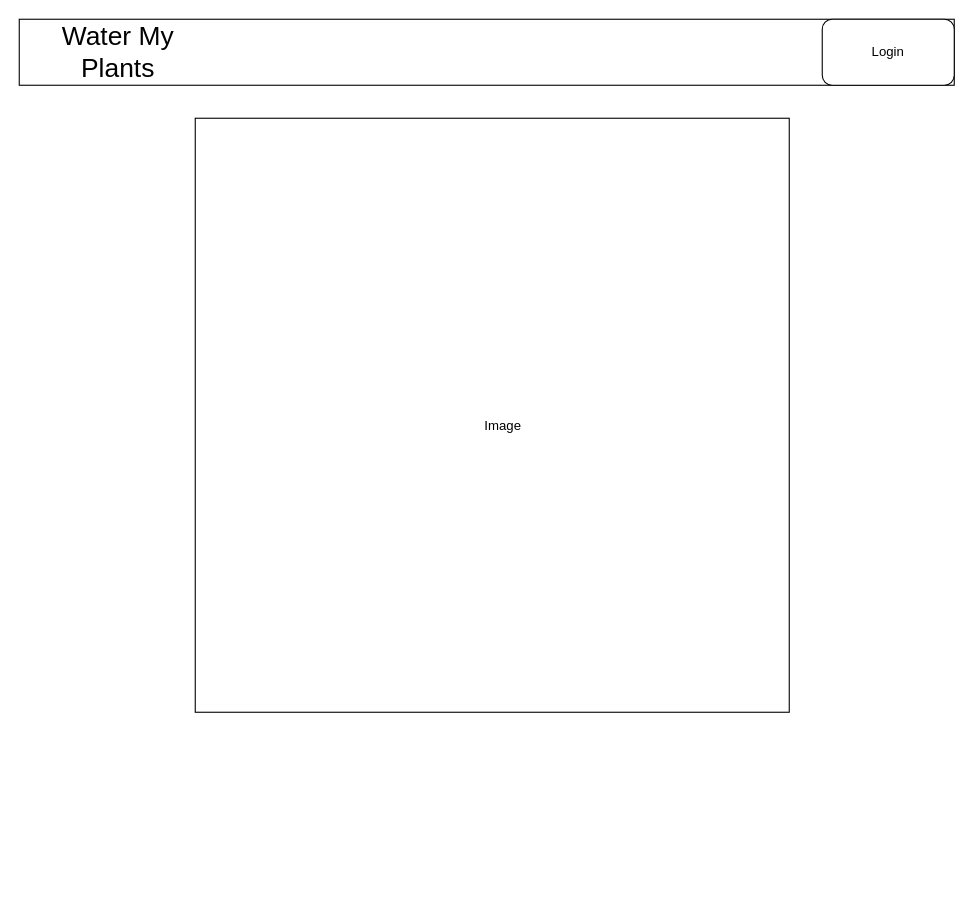
This is page "Homepage" (2 of 7) of Diagram.drawio from Build-Week-watermyplants-4/front-end, a draw.io file, before an edit. Source tidied: cells renumbered, new cells numbered last; positions are measured from the earlier drawing's top-left corner, leaving out a move shared by most shapes. Both pictures are drawn from the tidied source at 110%, with x=0, y=0 at pixel (19, 19).
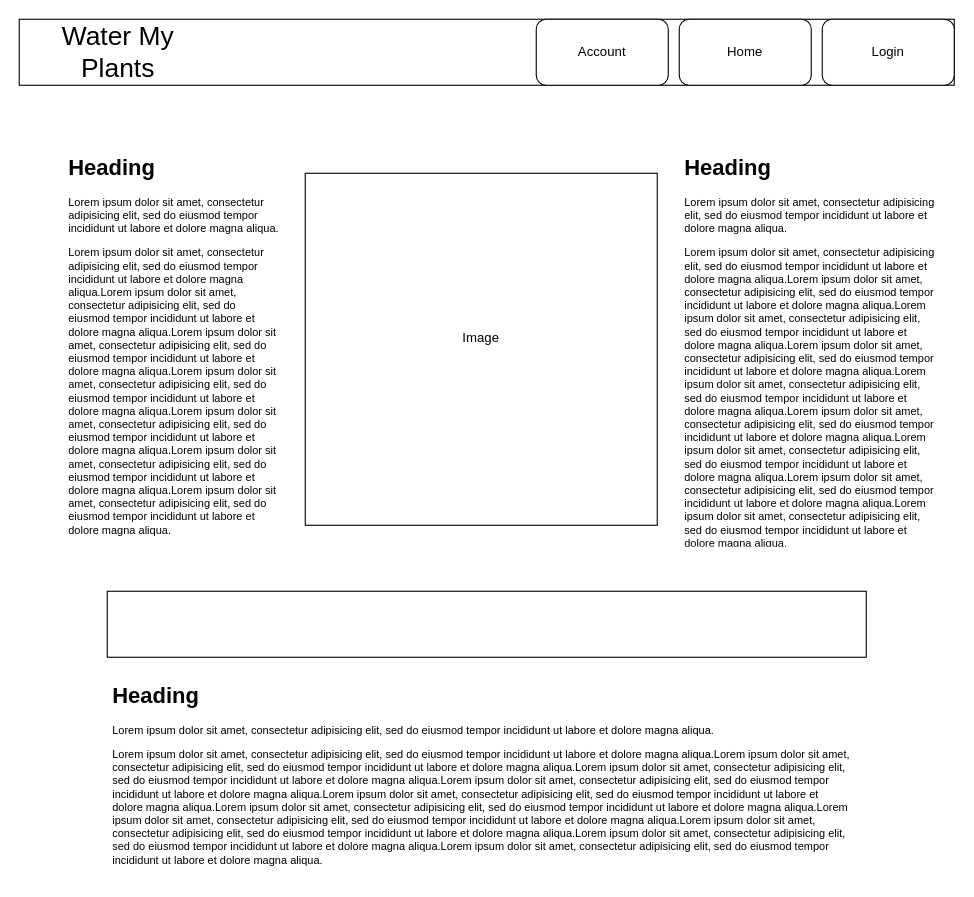
The same page after the edit.

Change to the diagram source:
```diff
@@
 <mxGraphModel>
   <root>
     <mxCell id="0" />
     <mxCell id="1" parent="0" />
     <mxCell id="2" style="rounded=0;whiteSpace=wrap;html=1;" parent="1" vertex="1">
       <mxGeometry width="850" height="60" as="geometry" />
     </mxCell>
     <mxCell id="3" style="rounded=1;whiteSpace=wrap;html=1;" parent="1" vertex="1">
       <mxGeometry x="730" width="120" height="60" as="geometry" />
     </mxCell>
     <mxCell id="4" value="Login" style="text;html=1;strokeColor=none;fillColor=none;align=center;verticalAlign=middle;whiteSpace=wrap;rounded=0;" parent="1" vertex="1">
       <mxGeometry x="770" y="20" width="40" height="20" as="geometry" />
     </mxCell>
     <mxCell id="5" value="&lt;font style=&quot;font-size: 24px&quot;&gt;Water My Plants&lt;/font&gt;" style="text;html=1;strokeColor=none;fillColor=none;align=center;verticalAlign=middle;whiteSpace=wrap;rounded=0;" parent="1" vertex="1">
       <mxGeometry x="10" y="20" width="160" height="20" as="geometry" />
     </mxCell>
     <mxCell id="6" style="whiteSpace=wrap;html=1;" parent="1" vertex="1">
-      <mxGeometry x="160" y="90" width="540" height="540" as="geometry" />
+      <mxGeometry x="260" y="140" width="320" height="320" as="geometry" />
     </mxCell>
     <mxCell id="7" value="Image" style="text;html=1;strokeColor=none;fillColor=none;align=center;verticalAlign=middle;whiteSpace=wrap;rounded=0;" parent="1" vertex="1">
-      <mxGeometry x="420" y="360" width="40" height="20" as="geometry" />
+      <mxGeometry x="400" y="280" width="40" height="20" as="geometry" />
     </mxCell>
+    <mxCell id="8" style="rounded=1;whiteSpace=wrap;html=1;" parent="1" vertex="1">
+      <mxGeometry x="600" width="120" height="60" as="geometry" />
+    </mxCell>
+    <mxCell id="9" value="Home" style="text;html=1;strokeColor=none;fillColor=none;align=center;verticalAlign=middle;whiteSpace=wrap;rounded=0;" parent="1" vertex="1">
+      <mxGeometry x="640" y="20" width="40" height="20" as="geometry" />
+    </mxCell>
+    <mxCell id="10" value="&lt;h1&gt;Heading&lt;/h1&gt;&lt;p&gt;Lorem ipsum dolor sit amet, consectetur adipisicing elit, sed do eiusmod tempor incididunt ut labore et dolore magna aliqua.&lt;/p&gt;Lorem ipsum dolor sit amet, consectetur adipisicing elit, sed do eiusmod tempor incididunt ut labore et dolore magna aliqua.Lorem ipsum dolor sit amet, consectetur adipisicing elit, sed do eiusmod tempor incididunt ut labore et dolore magna aliqua.Lorem ipsum dolor sit amet, consectetur adipisicing elit, sed do eiusmod tempor incididunt ut labore et dolore magna aliqua.Lorem ipsum dolor sit amet, consectetur adipisicing elit, sed do eiusmod tempor incididunt ut labore et dolore magna aliqua.Lorem ipsum dolor sit amet, consectetur adipisicing elit, sed do eiusmod tempor incididunt ut labore et dolore magna aliqua.Lorem ipsum dolor sit amet, consectetur adipisicing elit, sed do eiusmod tempor incididunt ut labore et dolore magna aliqua.Lorem ipsum dolor sit amet, consectetur adipisicing elit, sed do eiusmod tempor incididunt ut labore et dolore magna aliqua." style="text;html=1;strokeColor=none;fillColor=none;spacing=5;spacingTop=-20;whiteSpace=wrap;overflow=hidden;rounded=0;fontSize=10;" parent="1" vertex="1">
+      <mxGeometry x="40" y="120" width="200" height="360" as="geometry" />
+    </mxCell>
+    <mxCell id="11" value="&lt;h1&gt;Heading&lt;/h1&gt;&lt;p&gt;Lorem ipsum dolor sit amet, consectetur adipisicing elit, sed do eiusmod tempor incididunt ut labore et dolore magna aliqua.&lt;/p&gt;Lorem ipsum dolor sit amet, consectetur adipisicing elit, sed do eiusmod tempor incididunt ut labore et dolore magna aliqua.Lorem ipsum dolor sit amet, consectetur adipisicing elit, sed do eiusmod tempor incididunt ut labore et dolore magna aliqua.Lorem ipsum dolor sit amet, consectetur adipisicing elit, sed do eiusmod tempor incididunt ut labore et dolore magna aliqua.Lorem ipsum dolor sit amet, consectetur adipisicing elit, sed do eiusmod tempor incididunt ut labore et dolore magna aliqua.Lorem ipsum dolor sit amet, consectetur adipisicing elit, sed do eiusmod tempor incididunt ut labore et dolore magna aliqua.Lorem ipsum dolor sit amet, consectetur adipisicing elit, sed do eiusmod tempor incididunt ut labore et dolore magna aliqua.Lorem ipsum dolor sit amet, consectetur adipisicing elit, sed do eiusmod tempor incididunt ut labore et dolore magna aliqua.Lorem ipsum dolor sit amet, consectetur adipisicing elit, sed do eiusmod tempor incididunt ut labore et dolore magna aliqua.Lorem ipsum dolor sit amet, consectetur adipisicing elit, sed do eiusmod tempor incididunt ut labore et dolore magna aliqua." style="text;html=1;strokeColor=none;fillColor=none;spacing=5;spacingTop=-20;whiteSpace=wrap;overflow=hidden;rounded=0;fontSize=10;" parent="1" vertex="1">
+      <mxGeometry x="600" y="120" width="240" height="360" as="geometry" />
+    </mxCell>
+    <mxCell id="12" style="rounded=0;whiteSpace=wrap;html=1;" parent="1" vertex="1">
+      <mxGeometry x="80" y="520" width="690" height="60" as="geometry" />
+    </mxCell>
+    <mxCell id="13" value="&lt;h1&gt;Heading&lt;/h1&gt;&lt;p&gt;Lorem ipsum dolor sit amet, consectetur adipisicing elit, sed do eiusmod tempor incididunt ut labore et dolore magna aliqua.&lt;/p&gt;Lorem ipsum dolor sit amet, consectetur adipisicing elit, sed do eiusmod tempor incididunt ut labore et dolore magna aliqua.Lorem ipsum dolor sit amet, consectetur adipisicing elit, sed do eiusmod tempor incididunt ut labore et dolore magna aliqua.Lorem ipsum dolor sit amet, consectetur adipisicing elit, sed do eiusmod tempor incididunt ut labore et dolore magna aliqua.Lorem ipsum dolor sit amet, consectetur adipisicing elit, sed do eiusmod tempor incididunt ut labore et dolore magna aliqua.Lorem ipsum dolor sit amet, consectetur adipisicing elit, sed do eiusmod tempor incididunt ut labore et dolore magna aliqua.Lorem ipsum dolor sit amet, consectetur adipisicing elit, sed do eiusmod tempor incididunt ut labore et dolore magna aliqua.Lorem ipsum dolor sit amet, consectetur adipisicing elit, sed do eiusmod tempor incididunt ut labore et dolore magna aliqua.Lorem ipsum dolor sit amet, consectetur adipisicing elit, sed do eiusmod tempor incididunt ut labore et dolore magna aliqua.Lorem ipsum dolor sit amet, consectetur adipisicing elit, sed do eiusmod tempor incididunt ut labore et dolore magna aliqua.Lorem ipsum dolor sit amet, consectetur adipisicing elit, sed do eiusmod tempor incididunt ut labore et dolore magna aliqua." style="text;html=1;strokeColor=none;fillColor=none;spacing=5;spacingTop=-20;whiteSpace=wrap;overflow=hidden;rounded=0;fontSize=10;" parent="1" vertex="1">
+      <mxGeometry x="80" y="600" width="680" height="180" as="geometry" />
+    </mxCell>
+    <mxCell id="14" style="rounded=1;whiteSpace=wrap;html=1;" parent="1" vertex="1">
+      <mxGeometry x="470" width="120" height="60" as="geometry" />
+    </mxCell>
+    <mxCell id="15" value="Account" style="text;html=1;strokeColor=none;fillColor=none;align=center;verticalAlign=middle;whiteSpace=wrap;rounded=0;" parent="1" vertex="1">
+      <mxGeometry x="510" y="20" width="40" height="20" as="geometry" />
+    </mxCell>
   </root>
 </mxGraphModel>
```
